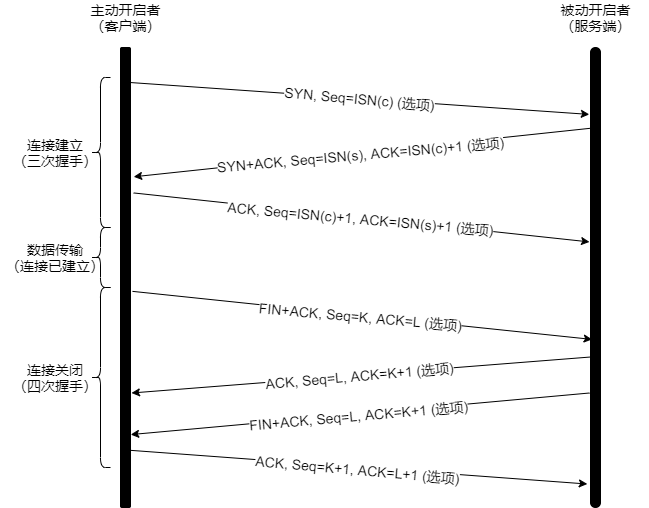
This is draw.io/network/普通TCP链接的建立和终止.png from qinjianmin/draw.io, a draw.io export, as it was before one commit. Source tidied: cells renumbered, new cells last; positions are measured from the earlier drawing's top-left corner, leaving out a move shared by most shapes.
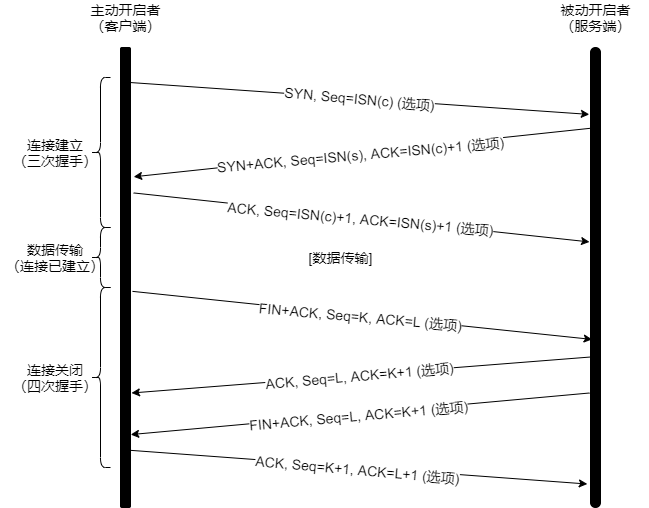
Later version of the same file.

Commit message:
Update 普通TCP链接的建立和终止.png

What changed in the source:
```diff
@@ -88,5 +88,8 @@
     <mxCell id="25" style="shape=curlyBracket;whiteSpace=wrap;html=1;rounded=1;" parent="1" vertex="1">
       <mxGeometry x="90" y="280" width="20" height="180" as="geometry" />
     </mxCell>
+    <mxCell id="26" value="&lt;span style=&quot;font-size: 14px&quot;&gt;[数据传输]&lt;/span&gt;" style="text;html=1;align=center;verticalAlign=middle;strokeColor=none;" parent="1" vertex="1">
+      <mxGeometry x="300" y="240" width="80" height="20" as="geometry" />
+    </mxCell>
   </root>
 </mxGraphModel>
```
